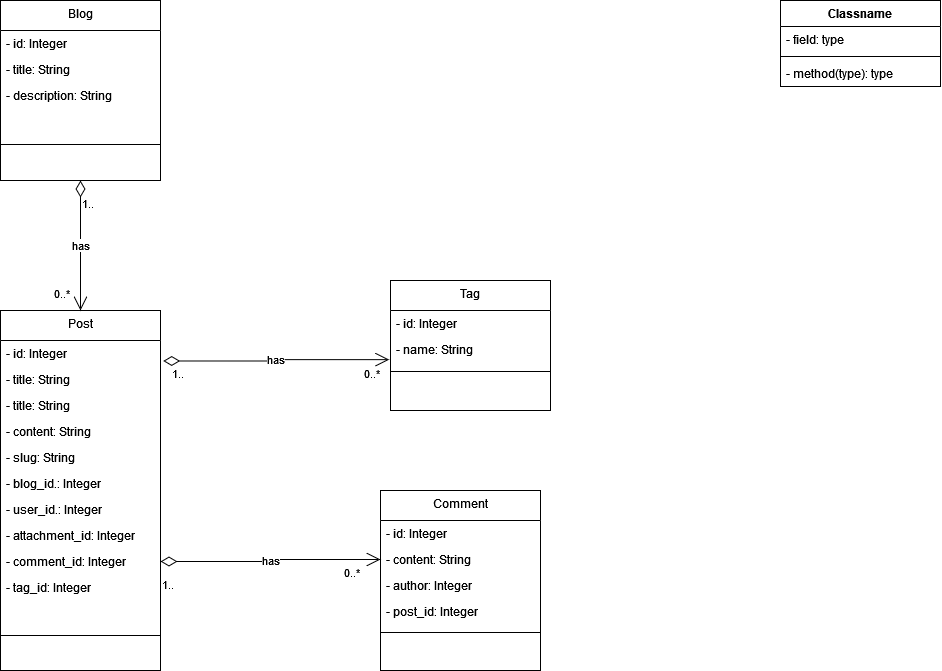
The draw.io diagram UMLDiagram-BlogAPI.png in diogo-rc/blog-api, before a commit. Source tidied: cells renumbered, new cells last; positions are measured from the earlier drawing's top-left corner, leaving out a move shared by most shapes.
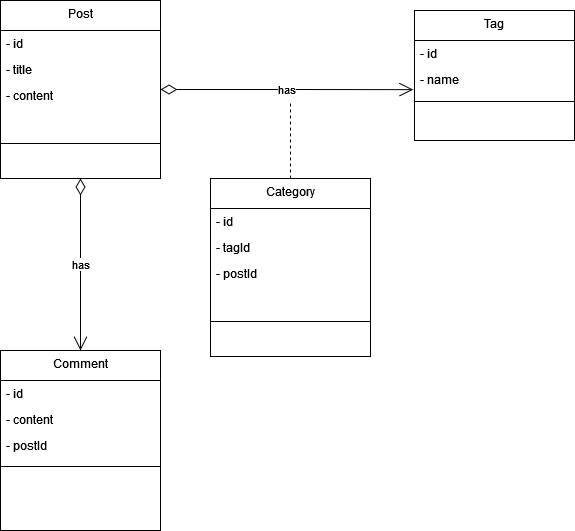
Later version of the same file.

What changed in the source:
```diff
@@ -3,136 +3,72 @@
     <mxCell id="0" />
     <mxCell id="1" parent="0" />
     <mxCell id="2" value="Post" style="swimlane;fontStyle=0;align=center;verticalAlign=top;horizontal=1;startSize=30;rounded=0;shadow=0;strokeWidth=1;" parent="1" vertex="1">
-      <mxGeometry y="310" width="160" height="360" as="geometry" />
+      <mxGeometry x="20" y="20" width="160" height="178" as="geometry" />
     </mxCell>
-    <mxCell id="3" value="- id: Integer" style="text;align=left;verticalAlign=top;spacingLeft=4;spacingRight=4;overflow=hidden;points=[[0,0.5],[1,0.5]];portConstraint=eastwest;" parent="2" vertex="1">
+    <mxCell id="3" value="- id" style="text;align=left;verticalAlign=top;spacingLeft=4;spacingRight=4;overflow=hidden;points=[[0,0.5],[1,0.5]];portConstraint=eastwest;" parent="2" vertex="1">
       <mxGeometry y="30" width="160" height="26" as="geometry" />
     </mxCell>
-    <mxCell id="4" value="- title: String" style="text;align=left;verticalAlign=top;spacingLeft=4;spacingRight=4;overflow=hidden;rounded=0;shadow=0;html=0;" parent="2" vertex="1">
+    <mxCell id="4" value="- title" style="text;align=left;verticalAlign=top;spacingLeft=4;spacingRight=4;overflow=hidden;rounded=0;shadow=0;html=0;" parent="2" vertex="1">
       <mxGeometry y="56" width="160" height="26" as="geometry" />
     </mxCell>
-    <mxCell id="5" value="- title: String" style="text;align=left;verticalAlign=top;spacingLeft=4;spacingRight=4;overflow=hidden;rounded=0;shadow=0;html=0;" parent="2" vertex="1">
-      <mxGeometry y="82" width="160" height="26" as="geometry" />
-    </mxCell>
-    <mxCell id="6" value="- content: String" style="text;align=left;verticalAlign=top;spacingLeft=4;spacingRight=4;overflow=hidden;rounded=0;shadow=0;html=0;" parent="2" vertex="1">
-      <mxGeometry y="108" width="160" height="26" as="geometry" />
+    <mxCell id="6" value="- content" style="text;align=left;verticalAlign=top;spacingLeft=4;spacingRight=4;overflow=hidden;rounded=0;shadow=0;html=0;" parent="2" vertex="1">
+      <mxGeometry y="82" width="160" height="26" as="geometry" />
     </mxCell>
-    <mxCell id="7" value="- slug: String" style="text;align=left;verticalAlign=top;spacingLeft=4;spacingRight=4;overflow=hidden;rounded=0;shadow=0;html=0;" parent="2" vertex="1">
-      <mxGeometry y="134" width="160" height="26" as="geometry" />
-    </mxCell>
-    <mxCell id="8" value="- blog_id.: Integer" style="text;align=left;verticalAlign=top;spacingLeft=4;spacingRight=4;overflow=hidden;" parent="2" vertex="1">
-      <mxGeometry y="160" width="160" height="26" as="geometry" />
-    </mxCell>
-    <mxCell id="9" value="- user_id.: Integer" style="text;align=left;verticalAlign=top;spacingLeft=4;spacingRight=4;overflow=hidden;" parent="2" vertex="1">
-      <mxGeometry y="186" width="160" height="26" as="geometry" />
-    </mxCell>
-    <mxCell id="10" value="- attachment_id: Integer" style="text;align=left;verticalAlign=top;spacingLeft=4;spacingRight=4;overflow=hidden;rounded=0;shadow=0;html=0;" parent="2" vertex="1">
-      <mxGeometry y="212" width="160" height="26" as="geometry" />
-    </mxCell>
-    <mxCell id="11" value="- comment_id: Integer" style="text;align=left;verticalAlign=top;spacingLeft=4;spacingRight=4;overflow=hidden;points=[[0,0.5],[1,0.5]];portConstraint=eastwest;" parent="2" vertex="1">
-      <mxGeometry y="238" width="160" height="26" as="geometry" />
-    </mxCell>
-    <mxCell id="12" value="- tag_id: Integer" style="text;align=left;verticalAlign=top;spacingLeft=4;spacingRight=4;overflow=hidden;" parent="2" vertex="1">
-      <mxGeometry y="264" width="160" height="26" as="geometry" />
-    </mxCell>
     <mxCell id="13" style="line;html=1;strokeWidth=1;align=left;verticalAlign=middle;spacingTop=-1;spacingLeft=3;spacingRight=3;labelPosition=right;" parent="2" vertex="1">
-      <mxGeometry y="290" width="160" height="70" as="geometry" />
+      <mxGeometry y="108" width="160" height="70" as="geometry" />
     </mxCell>
     <mxCell id="14" value="Comment" style="swimlane;fontStyle=0;align=center;verticalAlign=top;horizontal=1;startSize=30;rounded=0;shadow=0;strokeWidth=1;" parent="1" vertex="1">
-      <mxGeometry x="380" y="490" width="160" height="180" as="geometry" />
+      <mxGeometry x="20" y="370" width="160" height="180" as="geometry" />
     </mxCell>
-    <mxCell id="15" value="- id: Integer" style="text;align=left;verticalAlign=top;spacingLeft=4;spacingRight=4;overflow=hidden;" parent="14" vertex="1">
+    <mxCell id="15" value="- id" style="text;align=left;verticalAlign=top;spacingLeft=4;spacingRight=4;overflow=hidden;" parent="14" vertex="1">
       <mxGeometry y="30" width="160" height="26" as="geometry" />
     </mxCell>
-    <mxCell id="16" value="- content: String" style="text;align=left;verticalAlign=top;spacingLeft=4;spacingRight=4;overflow=hidden;points=[[0,0.5],[1,0.5]];portConstraint=eastwest;rounded=0;shadow=0;html=0;" parent="14" vertex="1">
+    <mxCell id="16" value="- content" style="text;align=left;verticalAlign=top;spacingLeft=4;spacingRight=4;overflow=hidden;points=[[0,0.5],[1,0.5]];portConstraint=eastwest;rounded=0;shadow=0;html=0;" parent="14" vertex="1">
       <mxGeometry y="56" width="160" height="26" as="geometry" />
     </mxCell>
-    <mxCell id="17" value="- author: Integer" style="text;align=left;verticalAlign=top;spacingLeft=4;spacingRight=4;overflow=hidden;rounded=0;shadow=0;html=0;" parent="14" vertex="1">
-      <mxGeometry y="82" width="160" height="26" as="geometry" />
-    </mxCell>
-    <mxCell id="18" value="- post_id: Integer" style="text;align=left;verticalAlign=top;spacingLeft=4;spacingRight=4;overflow=hidden;" parent="14" vertex="1">
-      <mxGeometry y="108" width="160" height="26" as="geometry" />
+    <mxCell id="18" value="- postId" style="text;align=left;verticalAlign=top;spacingLeft=4;spacingRight=4;overflow=hidden;" parent="14" vertex="1">
+      <mxGeometry y="82" width="160" height="26" as="geometry" />
     </mxCell>
     <mxCell id="19" style="line;html=1;strokeWidth=1;align=left;verticalAlign=middle;spacingTop=-1;spacingLeft=3;spacingRight=3;labelPosition=right;" parent="14" vertex="1">
-      <mxGeometry y="134" width="160" height="16" as="geometry" />
+      <mxGeometry y="108" width="160" height="16" as="geometry" />
     </mxCell>
-    <mxCell id="20" value="Classname" style="swimlane;fontStyle=1;align=center;verticalAlign=top;horizontal=1;startSize=26;whiteSpace=wrap;html=1;" parent="1" vertex="1">
-      <mxGeometry x="780" width="160" height="86" as="geometry" />
-    </mxCell>
-    <mxCell id="21" value="- field: type" style="text;strokeColor=none;fillColor=none;align=left;verticalAlign=top;spacingLeft=4;spacingRight=4;overflow=hidden;whiteSpace=wrap;html=1;" parent="20" vertex="1">
-      <mxGeometry y="26" width="160" height="26" as="geometry" />
-    </mxCell>
-    <mxCell id="22" style="line;strokeWidth=1;fillColor=none;align=left;verticalAlign=middle;spacingTop=-1;spacingLeft=3;spacingRight=3;labelPosition=right;strokeColor=inherit;" parent="20" vertex="1">
-      <mxGeometry y="52" width="160" height="8" as="geometry" />
-    </mxCell>
-    <mxCell id="23" value="- method(type): type" style="text;strokeColor=none;fillColor=none;align=left;verticalAlign=top;spacingLeft=4;spacingRight=4;overflow=hidden;whiteSpace=wrap;html=1;" parent="20" vertex="1">
-      <mxGeometry y="60" width="160" height="26" as="geometry" />
-    </mxCell>
     <mxCell id="24" value="Tag" style="swimlane;fontStyle=0;align=center;verticalAlign=top;horizontal=1;startSize=30;rounded=0;shadow=0;strokeWidth=1;" parent="1" vertex="1">
-      <mxGeometry x="390" y="280" width="160" height="130" as="geometry" />
+      <mxGeometry x="434" y="30" width="160" height="130" as="geometry" />
     </mxCell>
-    <mxCell id="25" value="- id: Integer" style="text;align=left;verticalAlign=top;spacingLeft=4;spacingRight=4;overflow=hidden;" parent="24" vertex="1">
+    <mxCell id="25" value="- id" style="text;align=left;verticalAlign=top;spacingLeft=4;spacingRight=4;overflow=hidden;" parent="24" vertex="1">
       <mxGeometry y="30" width="160" height="26" as="geometry" />
     </mxCell>
-    <mxCell id="26" value="- name: String" style="text;align=left;verticalAlign=top;spacingLeft=4;spacingRight=4;overflow=hidden;points=[[0,0.5],[1,0.5]];portConstraint=eastwest;rounded=0;shadow=0;html=0;" parent="24" vertex="1">
+    <mxCell id="26" value="- name " style="text;align=left;verticalAlign=top;spacingLeft=4;spacingRight=4;overflow=hidden;points=[[0,0.5],[1,0.5]];portConstraint=eastwest;rounded=0;shadow=0;html=0;" parent="24" vertex="1">
       <mxGeometry y="56" width="160" height="26" as="geometry" />
     </mxCell>
     <mxCell id="27" style="line;html=1;strokeWidth=1;align=left;verticalAlign=middle;spacingTop=-1;spacingLeft=3;spacingRight=3;labelPosition=right;" parent="24" vertex="1">
       <mxGeometry y="82" width="160" height="18" as="geometry" />
     </mxCell>
-    <mxCell id="28" value="Blog" style="swimlane;fontStyle=0;align=center;verticalAlign=top;horizontal=1;startSize=30;rounded=0;shadow=0;strokeWidth=1;" parent="1" vertex="1">
-      <mxGeometry width="160" height="180" as="geometry" />
-    </mxCell>
-    <mxCell id="29" value="- id: Integer" style="text;align=left;verticalAlign=top;spacingLeft=4;spacingRight=4;overflow=hidden;" parent="28" vertex="1">
-      <mxGeometry y="30" width="160" height="26" as="geometry" />
-    </mxCell>
-    <mxCell id="30" value="- title: String" style="text;align=left;verticalAlign=top;spacingLeft=4;spacingRight=4;overflow=hidden;rounded=0;shadow=0;html=0;" parent="28" vertex="1">
-      <mxGeometry y="56" width="160" height="26" as="geometry" />
-    </mxCell>
-    <mxCell id="31" value="- description: String" style="text;align=left;verticalAlign=top;spacingLeft=4;spacingRight=4;overflow=hidden;rounded=0;shadow=0;html=0;" parent="28" vertex="1">
-      <mxGeometry y="82" width="160" height="26" as="geometry" />
-    </mxCell>
-    <mxCell id="32" style="line;html=1;strokeWidth=1;align=left;verticalAlign=middle;spacingTop=-1;spacingLeft=3;spacingRight=3;labelPosition=right;" parent="28" vertex="1">
-      <mxGeometry y="108" width="160" height="72" as="geometry" />
-    </mxCell>
-    <mxCell id="33" value="has" style="endArrow=open;html=1;endSize=12;startArrow=diamondThin;startSize=14;startFill=0;edgeStyle=orthogonalEdgeStyle;rounded=0;exitX=0.5;exitY=1;exitDx=0;exitDy=0;entryX=0.5;entryY=0;entryDx=0;entryDy=0;" parent="1" edge="1" source="28" target="2">
-      <mxGeometry relative="1" as="geometry" />
-    </mxCell>
-    <mxCell id="34" value="1.." style="edgeLabel;html=1;align=left;verticalAlign=top;" parent="33" vertex="1">
-      <mxGeometry x="-1" relative="1" as="geometry">
-        <mxPoint y="10" as="offset" />
-      </mxGeometry>
-    </mxCell>
-    <mxCell id="35" value="0..*" style="edgeLabel;html=1;align=right;verticalAlign=top;" parent="33" vertex="1">
-      <mxGeometry x="1" relative="1" as="geometry">
-        <mxPoint x="-10" y="-30" as="offset" />
-      </mxGeometry>
-    </mxCell>
-    <mxCell id="36" value="has" style="endArrow=open;html=1;endSize=12;startArrow=diamondThin;startSize=14;startFill=0;edgeStyle=orthogonalEdgeStyle;rounded=0;exitX=1;exitY=0.5;exitDx=0;exitDy=0;entryX=0;entryY=0.5;entryDx=0;entryDy=0;" parent="1" edge="1" source="11" target="16">
+    <mxCell id="36" value="has" style="endArrow=open;html=1;endSize=12;startArrow=diamondThin;startSize=14;startFill=0;edgeStyle=orthogonalEdgeStyle;rounded=0;exitX=0.5;exitY=1;exitDx=0;exitDy=0;entryX=0.5;entryY=0;entryDx=0;entryDy=0;" parent="1" edge="1" source="2" target="14">
       <mxGeometry relative="1" as="geometry" />
     </mxCell>
-    <mxCell id="37" value="1.." style="edgeLabel;html=1;align=left;verticalAlign=top;" parent="36" vertex="1">
-      <mxGeometry x="-1" relative="1" as="geometry">
-        <mxPoint y="10" as="offset" />
-      </mxGeometry>
-    </mxCell>
-    <mxCell id="38" value="0..*" style="edgeLabel;html=1;align=right;verticalAlign=top;" parent="36" vertex="1">
-      <mxGeometry x="1" relative="1" as="geometry">
-        <mxPoint x="-21" as="offset" />
-      </mxGeometry>
-    </mxCell>
-    <mxCell id="39" value="has" style="endArrow=open;html=1;endSize=12;startArrow=diamondThin;startSize=14;startFill=0;edgeStyle=orthogonalEdgeStyle;rounded=0;exitX=1.017;exitY=0.788;exitDx=0;exitDy=0;entryX=-0.008;entryY=0.89;entryDx=0;entryDy=0;exitPerimeter=0;entryPerimeter=0;" parent="1" edge="1" source="3" target="26">
+    <mxCell id="39" value="has" style="endArrow=open;html=1;endSize=12;startArrow=diamondThin;startSize=14;startFill=0;edgeStyle=orthogonalEdgeStyle;rounded=0;exitX=1;exitY=0.5;exitDx=0;exitDy=0;entryX=-0.008;entryY=0.89;entryDx=0;entryDy=0;entryPerimeter=0;" parent="1" edge="1" source="2" target="26">
       <mxGeometry relative="1" as="geometry" />
     </mxCell>
-    <mxCell id="40" value="1.." style="edgeLabel;html=1;align=left;verticalAlign=top;" parent="39" vertex="1">
-      <mxGeometry x="-1" relative="1" as="geometry">
-        <mxPoint x="7" as="offset" />
-      </mxGeometry>
-    </mxCell>
-    <mxCell id="41" value="0..*" style="edgeLabel;html=1;align=right;verticalAlign=top;" parent="39" vertex="1">
-      <mxGeometry x="1" relative="1" as="geometry">
-        <mxPoint x="-9" y="1" as="offset" />
-      </mxGeometry>
-    </mxCell>
+    <mxCell id="42" value="Category" style="swimlane;fontStyle=0;align=center;verticalAlign=top;horizontal=1;startSize=30;rounded=0;shadow=0;strokeWidth=1;" parent="1" vertex="1">
+      <mxGeometry x="230" y="198" width="160" height="178" as="geometry" />
+    </mxCell>
+    <mxCell id="43" value="- id" style="text;align=left;verticalAlign=top;spacingLeft=4;spacingRight=4;overflow=hidden;" parent="42" vertex="1">
+      <mxGeometry y="30" width="160" height="26" as="geometry" />
+    </mxCell>
+    <mxCell id="44" value="- tagId" style="text;align=left;verticalAlign=top;spacingLeft=4;spacingRight=4;overflow=hidden;rounded=0;shadow=0;html=0;" parent="42" vertex="1">
+      <mxGeometry y="56" width="160" height="26" as="geometry" />
+    </mxCell>
+    <mxCell id="45" value="- postId" style="text;align=left;verticalAlign=top;spacingLeft=4;spacingRight=4;overflow=hidden;rounded=0;shadow=0;html=0;" parent="42" vertex="1">
+      <mxGeometry y="82" width="160" height="26" as="geometry" />
+    </mxCell>
+    <mxCell id="46" style="line;html=1;strokeWidth=1;align=left;verticalAlign=middle;spacingTop=-1;spacingLeft=3;spacingRight=3;labelPosition=right;" parent="42" vertex="1">
+      <mxGeometry y="108" width="160" height="70" as="geometry" />
+    </mxCell>
+    <mxCell id="47" style="endArrow=none;dashed=1;html=1;rounded=0;exitX=0.5;exitY=0;exitDx=0;exitDy=0;" parent="1" edge="1" source="42">
+      <mxGeometry relative="1" as="geometry">
+        <mxPoint x="310" y="120" as="targetPoint" />
+      </mxGeometry>
+    </mxCell>
   </root>
 </mxGraphModel>
```
